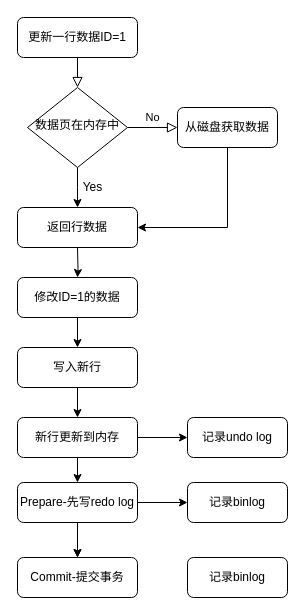
This is page "Page-1" (1 of 2) of Untitled Diagram.drawio from Gedatang/geda_one, a draw.io file, before an edit. Source tidied: cells renumbered, new cells numbered last; positions are measured from the earlier drawing's top-left corner, leaving out a move shared by most shapes. Both pictures are drawn from the tidied source at 100%, with x=0, y=0 at pixel (17, 17).
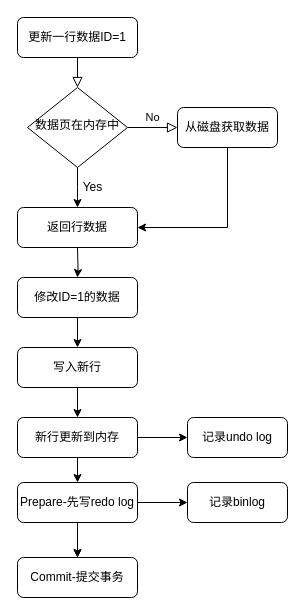
Above is the later version.

Diff of the diagram source:
```diff
@@
-    <mxCell id="26" value="记录binlog" style="whiteSpace=wrap;html=1;rounded=1;shadow=0;strokeWidth=1;glass=0;" parent="1" vertex="1">
-      <mxGeometry x="170" y="540" width="100" height="40" as="geometry" />
-    </mxCell>
```
